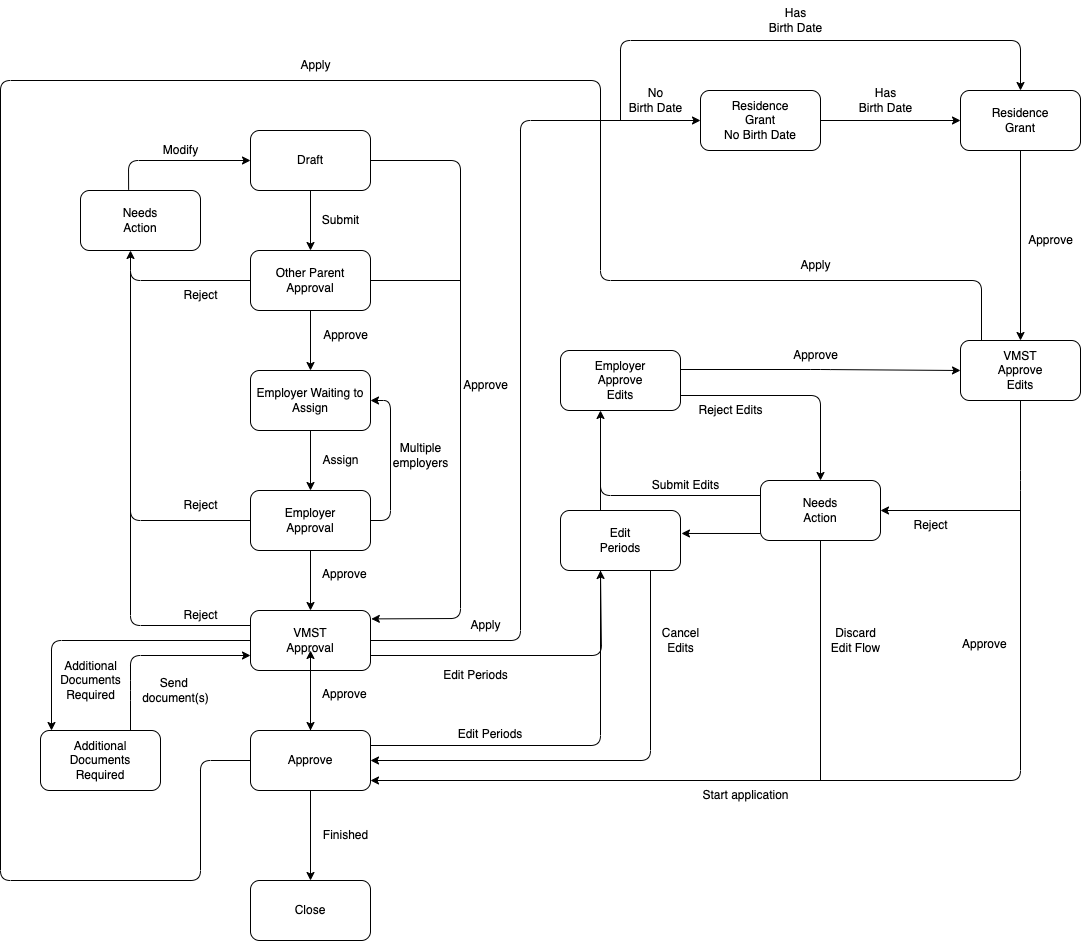
Above: libs/application/templates/parental-leave/assets/parental-leave-flow-chart-2.png in island-is/island.is (draw.io), before the change. Source tidied: cells renumbered, new cells last; positions are measured from the earlier drawing's top-left corner, leaving out a move shared by most shapes.
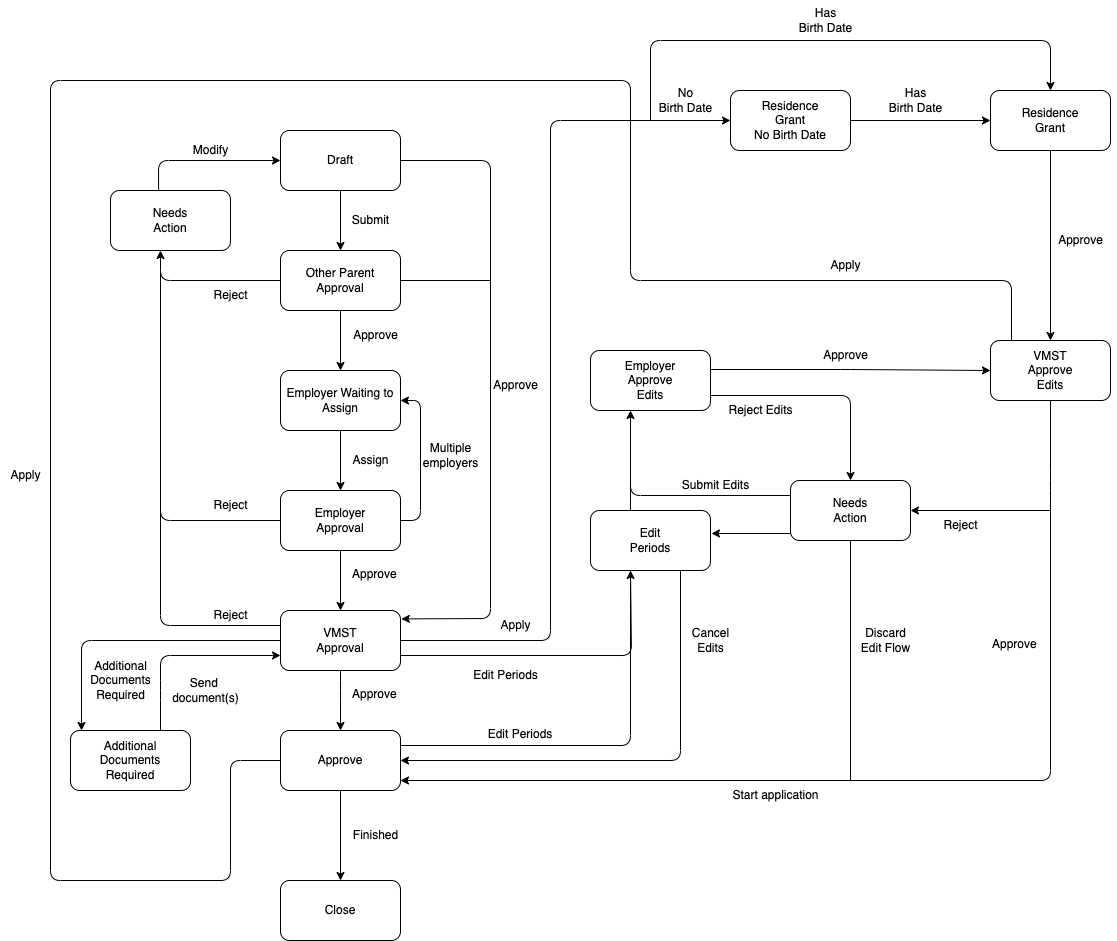
Later version of the same file.

Commit message:
add background color to flow

The edit, as a diff of the source:
```diff
@@ -1,4 +1,4 @@
-<mxGraphModel>
+<mxGraphModel background="#ffffff">
   <root>
     <mxCell id="0" />
     <mxCell id="1" parent="0" />
@@ -22,19 +22,17 @@
     <mxCell id="6" value="Employer&lt;br&gt;Approval" style="rounded=1;whiteSpace=wrap;html=1;" parent="1" vertex="1">
       <mxGeometry x="250" y="490" width="120" height="60" as="geometry" />
     </mxCell>
+    <mxCell id="9" style="edgeStyle=none;html=1;entryX=0.5;entryY=0;entryDx=0;entryDy=0;strokeColor=#000000;" parent="1" edge="1" target="10">
+      <mxGeometry relative="1" as="geometry">
+        <mxPoint x="310" y="670" as="sourcePoint" />
+        <Array as="points">
+          <mxPoint x="310" y="690" />
+        </Array>
+      </mxGeometry>
+    </mxCell>
     <mxCell id="7" value="VMST&lt;br&gt;Approval" style="rounded=1;whiteSpace=wrap;html=1;" parent="1" vertex="1">
       <mxGeometry x="250" y="610" width="120" height="60" as="geometry" />
     </mxCell>
-    <mxCell id="8" style="edgeStyle=none;html=1;strokeColor=#FFFFFF;fontColor=#FFFFFF;" parent="1" edge="1" source="10">
-      <mxGeometry relative="1" as="geometry">
-        <mxPoint x="310" y="650" as="targetPoint" />
-      </mxGeometry>
-    </mxCell>
-    <mxCell id="9" style="edgeStyle=none;html=1;strokeColor=#000000;fontColor=#000000;" parent="1" edge="1" source="10">
-      <mxGeometry relative="1" as="geometry">
-        <mxPoint x="310" y="650" as="targetPoint" />
-      </mxGeometry>
-    </mxCell>
     <mxCell id="10" value="Approve" style="rounded=1;whiteSpace=wrap;html=1;" parent="1" vertex="1">
       <mxGeometry x="250" y="730" width="120" height="60" as="geometry" />
     </mxCell>
@@ -83,12 +81,6 @@
         <mxPoint x="310" y="610" as="targetPoint" />
       </mxGeometry>
     </mxCell>
-    <mxCell id="23" style="endArrow=classic;html=1;entryX=0.5;entryY=0;entryDx=0;entryDy=0;exitX=0.5;exitY=1;exitDx=0;exitDy=0;fontColor=#FFFFFF;strokeColor=#000000;" parent="1" edge="1">
-      <mxGeometry relative="1" as="geometry">
-        <mxPoint x="310" y="670" as="sourcePoint" />
-        <mxPoint x="310" y="730" as="targetPoint" />
-      </mxGeometry>
-    </mxCell>
     <mxCell id="24" style="endArrow=classic;html=1;entryX=0.5;entryY=0;entryDx=0;entryDy=0;exitX=0.5;exitY=1;exitDx=0;exitDy=0;fontColor=#FFFFFF;strokeColor=#000000;" parent="1" edge="1" target="11">
       <mxGeometry relative="1" as="geometry">
         <mxPoint x="310" y="790" as="sourcePoint" />
@@ -318,8 +310,8 @@
         <mxPoint x="600" y="120" as="sourcePoint" />
         <Array as="points">
           <mxPoint x="600" y="80" />
-          <mxPoint y="80" />
-          <mxPoint y="880" />
+          <mxPoint x="20" y="80" />
+          <mxPoint x="20" y="880" />
           <mxPoint x="200" y="880" />
           <mxPoint x="200" y="760" />
         </Array>
@@ -366,7 +358,7 @@
       <mxGeometry x="460" y="610" width="50" height="30" as="geometry" />
     </mxCell>
     <mxCell id="80" value="Apply" style="text;html=1;align=center;verticalAlign=middle;fillColor=none;fontColor=#000000;" parent="1" vertex="1">
-      <mxGeometry x="290" y="50" width="50" height="30" as="geometry" />
+      <mxGeometry x="-30" y="460" width="50" height="30" as="geometry" />
     </mxCell>
     <mxCell id="81" value="Multiple&lt;br&gt;employers" style="text;html=1;align=center;verticalAlign=middle;strokeColor=none;fillColor=none;fontColor=#000000;" parent="1" vertex="1">
       <mxGeometry x="380" y="435" width="80" height="40" as="geometry" />
```
